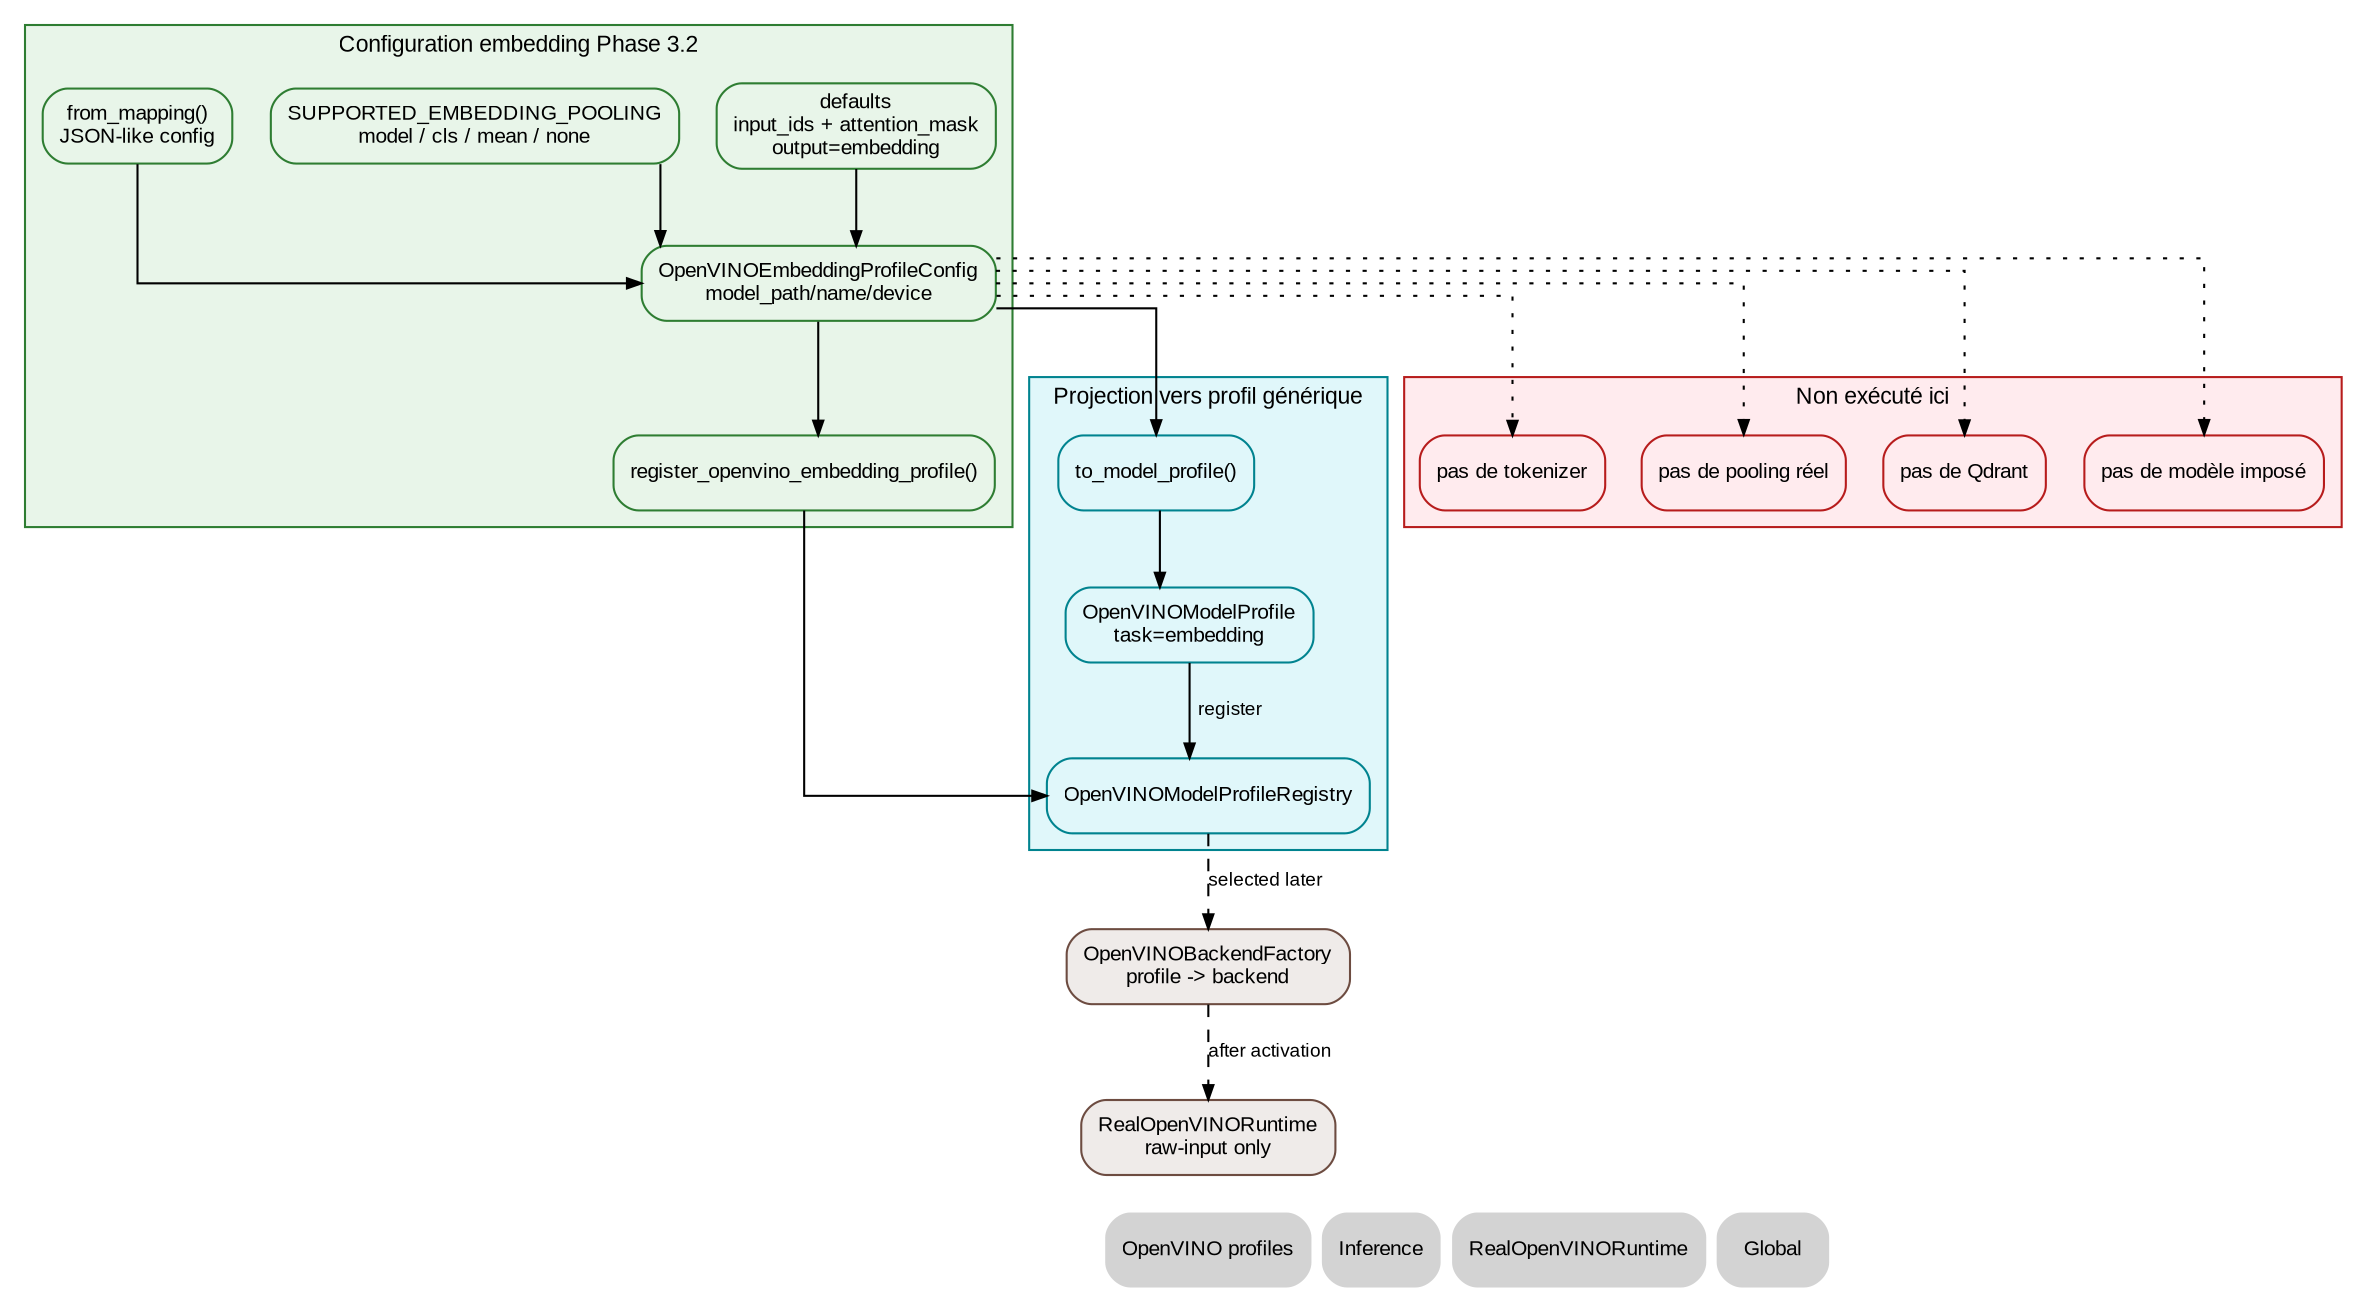
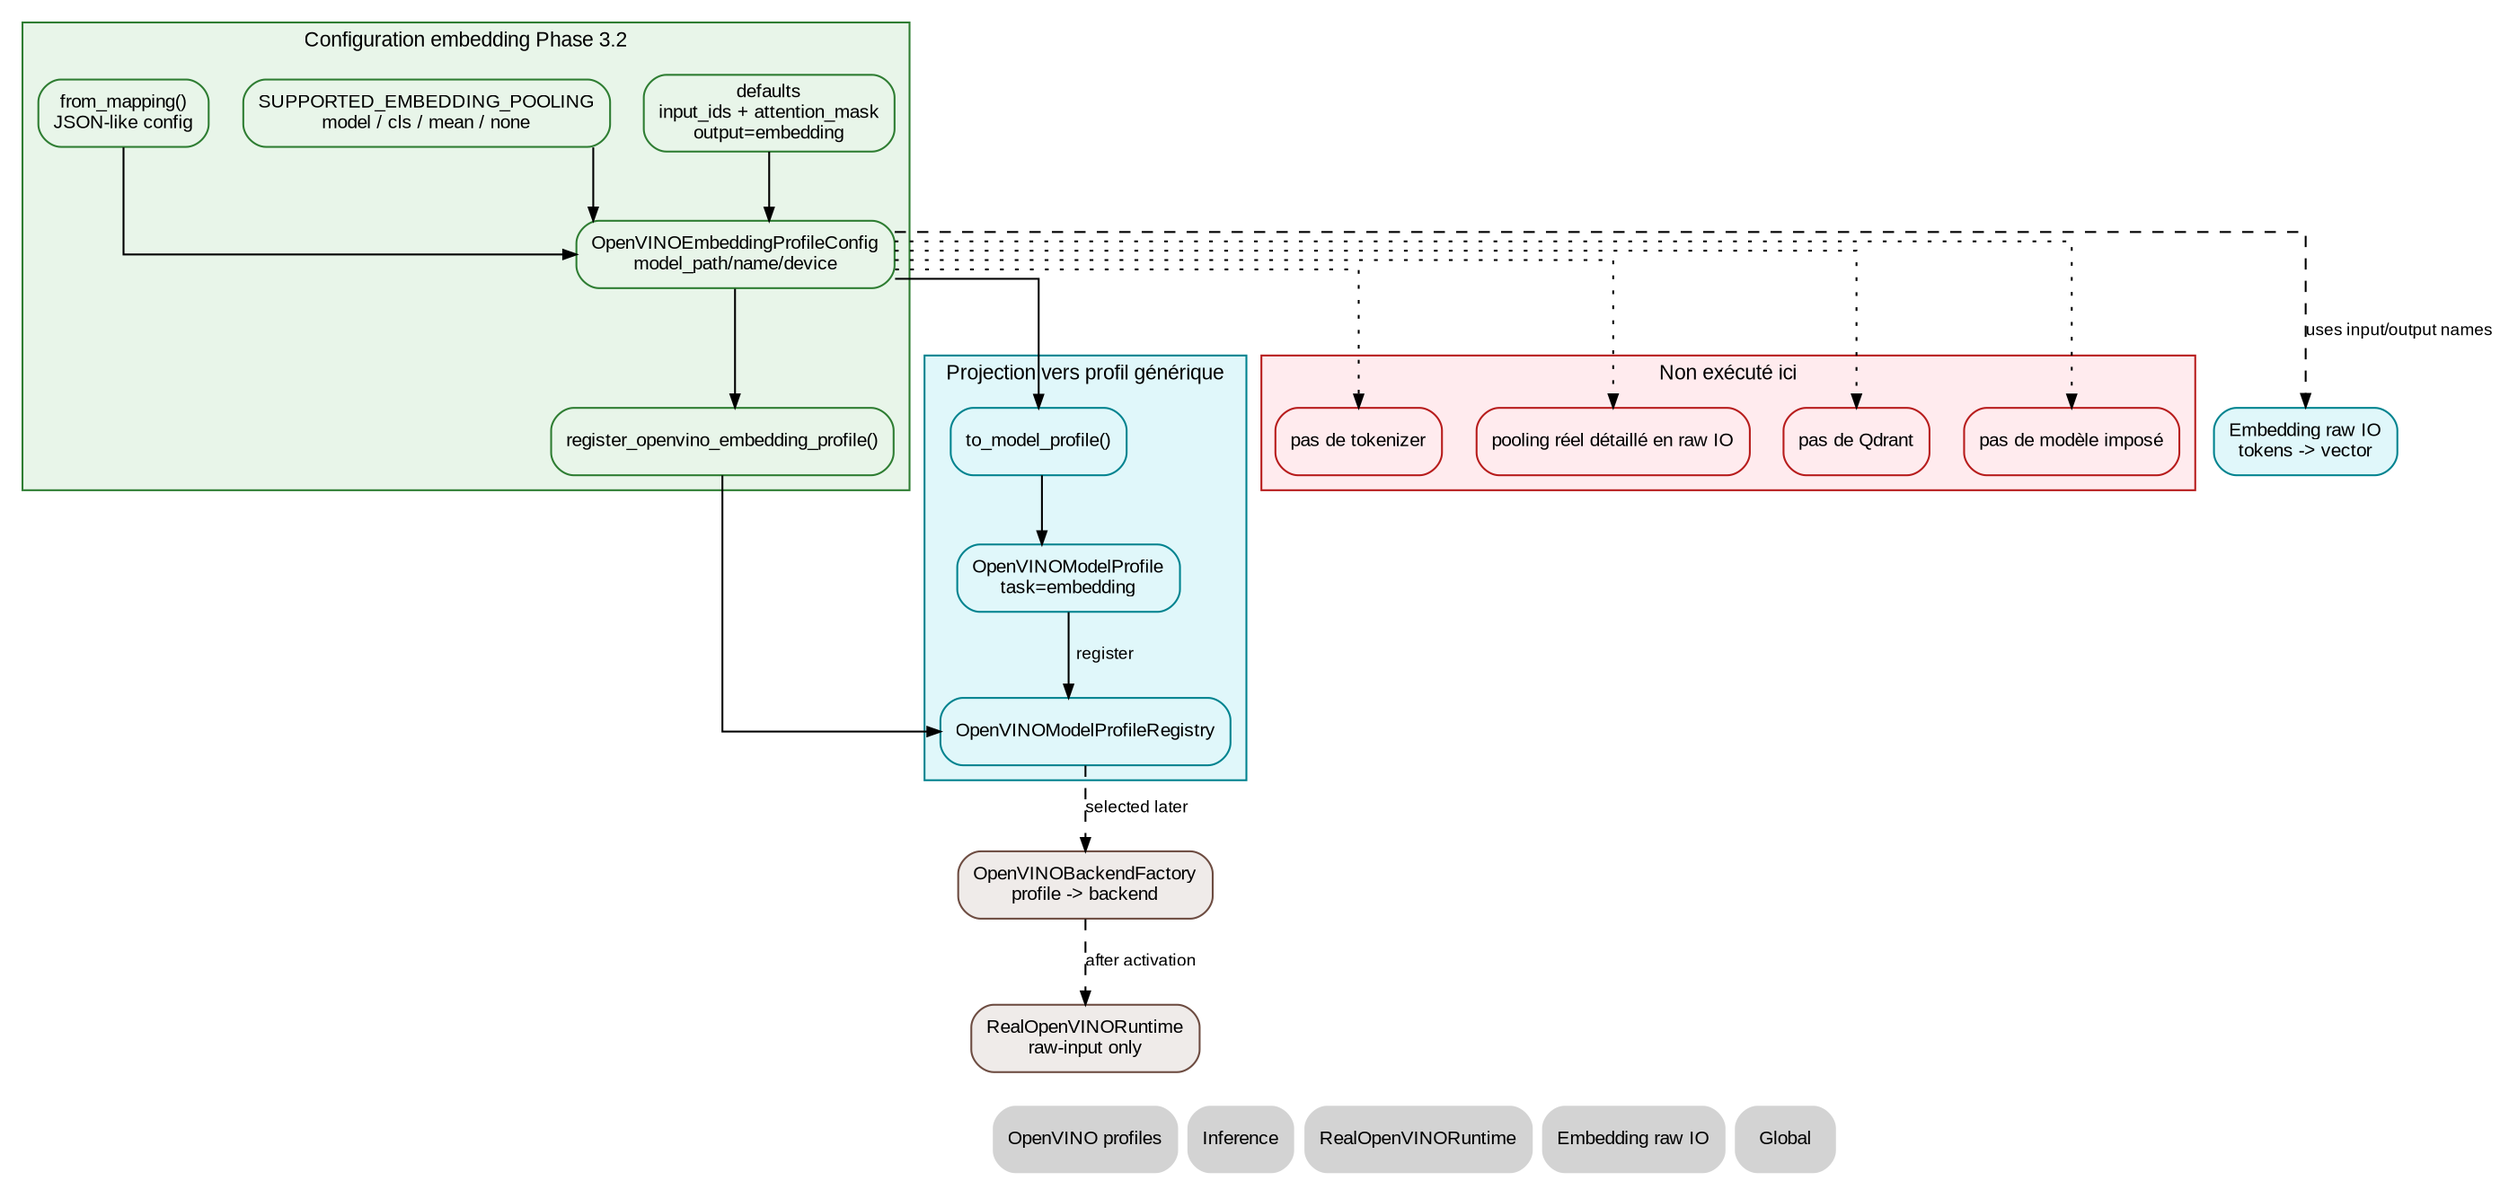
digraph OpenVINOEmbeddingProfile {
    // ROADMAP_ID: inference.openvino_embedding_profile
    // ROADMAP_PARENT: inference/43_openvino_profiles.dot
    // ROADMAP_NOTE[phase3_2]:
    // Cette page décrit la spécialisation embedding configurable. Elle ne
    // charge pas OpenVINO, n'impose pas de modèle local et ne définit pas encore
    // tokenizer, pooling réel ou Qdrant.
+ 
+     // ROADMAP_NOTE[phase3_3]:
+     // La page raw IO détaille maintenant les entrées tokenisées et la sortie
+     // vecteur. Le profil reste déclaratif et ne tokenise pas lui-même.

    rankdir=TB;
    splines=ortho;

    graph [fontname="Arial", fontsize=11];
    node [shape=box, style="rounded,filled", fontname="Arial", fontsize=10];
    edge [fontname="Arial", fontsize=9, arrowsize=0.7];

    subgraph cluster_config {
        label="Configuration embedding Phase 3.2";
        color="#2e7d32";
        bgcolor="#e8f5e9";
        node [fillcolor="#e8f5e9", color="#2e7d32"];

        Config [label="OpenVINOEmbeddingProfileConfig\nmodel_path/name/device"];
        Defaults [label="defaults\ninput_ids + attention_mask\noutput=embedding"];
        Pooling [label="SUPPORTED_EMBEDDING_POOLING\nmodel / cls / mean / none"];
        Mapping [label="from_mapping()\nJSON-like config"];
        Register [label="register_openvino_embedding_profile()"];
    }

    subgraph cluster_generic_profile {
        label="Projection vers profil générique";
        color="#00838f";
        bgcolor="#e0f7fa";
        node [fillcolor="#e0f7fa", color="#00838f"];

        ToProfile [label="to_model_profile()"];
        ModelProfile [label="OpenVINOModelProfile\ntask=embedding", URL="43_openvino_profiles.svg"];
        ProfileRegistry [label="OpenVINOModelProfileRegistry", URL="43_openvino_profiles.svg"];
    }

    subgraph cluster_not_yet {
        label="Non exécuté ici";
        color="#b71c1c";
        bgcolor="#ffebee";
        node [fillcolor="#ffebee", color="#b71c1c"];

        NoTokenizer [label="pas de tokenizer"];
-         NoPoolingRuntime [label="pas de pooling réel"];
+         NoPoolingRuntime [label="pooling réel détaillé en raw IO", URL="45_openvino_embedding_raw.svg"];
        NoQdrant [label="pas de Qdrant"];
        NoModelChoice [label="pas de modèle imposé"];
    }

    BackendFactory [label="OpenVINOBackendFactory\nprofile -> backend", fillcolor="#efebe9", color="#6d4c41", URL="43_openvino_profiles.svg"];
    Runtime [label="RealOpenVINORuntime\nraw-input only", fillcolor="#efebe9", color="#6d4c41", URL="42_openvino_runtime.svg"];
+     RawIO [label="Embedding raw IO\ntokens -> vector", fillcolor="#e0f7fa", color="#00838f", URL="45_openvino_embedding_raw.svg"];

    Mapping -> Config;
    Defaults -> Config;
    Pooling -> Config;
    Config -> ToProfile;
    ToProfile -> ModelProfile;
    Config -> Register;
    Register -> ProfileRegistry;
    ModelProfile -> ProfileRegistry [label="register"];
    ProfileRegistry -> BackendFactory [style=dashed, label="selected later"];
    BackendFactory -> Runtime [style=dashed, label="after activation"];
+     Config -> RawIO [style=dashed, label="uses input/output names"];

    Config -> NoTokenizer [style=dotted];
    Config -> NoPoolingRuntime [style=dotted];
    Config -> NoQdrant [style=dotted];
    Config -> NoModelChoice [style=dotted];

    Nav_Profiles [label="OpenVINO profiles", shape=plaintext, URL="43_openvino_profiles.svg"];
    Nav_Inference [label="Inference", shape=plaintext, URL="40_inference.svg"];
    Nav_Runtime [label="RealOpenVINORuntime", shape=plaintext, URL="42_openvino_runtime.svg"];
+     Nav_RawIO [label="Embedding raw IO", shape=plaintext, URL="45_openvino_embedding_raw.svg"];
    Nav_Global [label="Global", shape=plaintext, URL="../00_global.svg"];

-     { rank=sink; Nav_Profiles; Nav_Inference; Nav_Runtime; Nav_Global; }
+     { rank=sink; Nav_Profiles; Nav_Inference; Nav_Runtime; Nav_RawIO; Nav_Global; }
}
